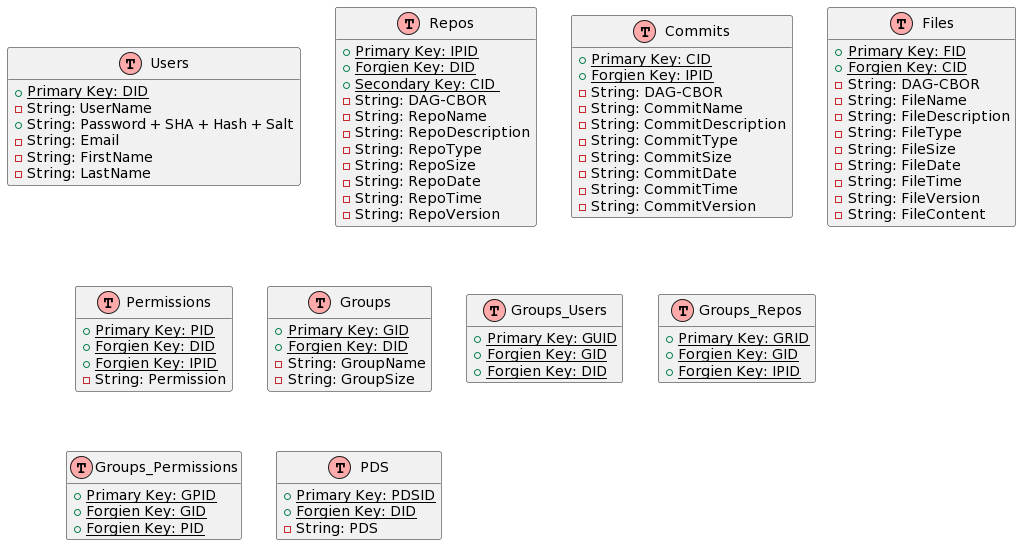
Earlier version of the PlantUML export Plantuml_DIDDATA.png (ingridarevalo/DatabaseTable).
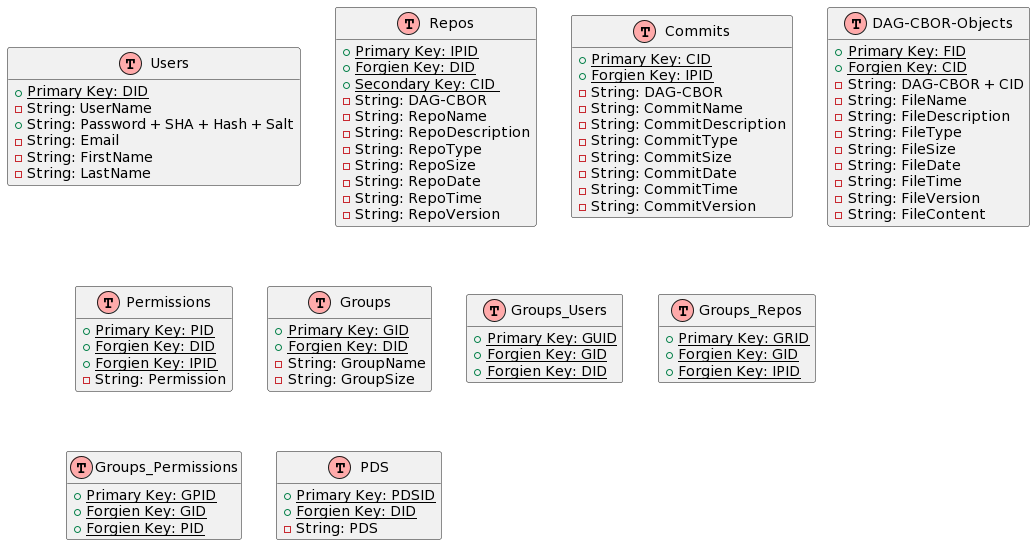
The same file after the commit.

Diff of the diagram source:
```diff
@@ -48,11 +48,11 @@
 
 }
 
-table(Files)
+table(DAG-CBOR-Objects)
 {
   + primary_key(FID)
   + forgien_key(CID)
-  - String: DAG-CBOR
+  - String: DAG-CBOR + CID
     - String: FileName
     - String: FileDescription
     - String: FileType
```
